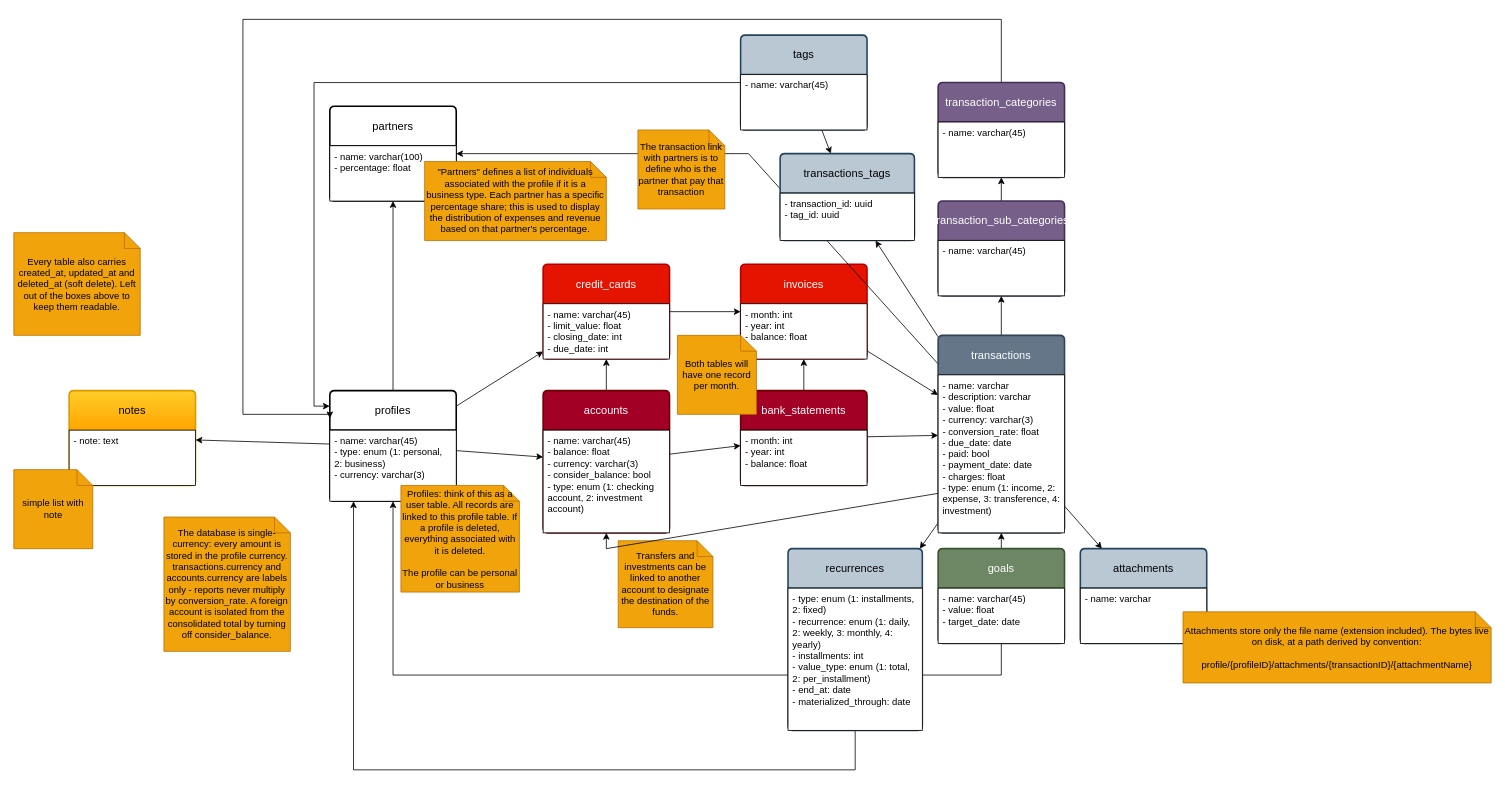
Above: docs/drawio/project.drawio in olliveiragusttavo/finance (draw.io), before the change. Source tidied: cells renumbered, new cells numbered last; positions are measured from the earlier drawing's top-left corner, leaving out a move shared by most shapes. Both pictures are drawn from the tidied source at 79%, with x=0, y=0 at pixel (13, 19).
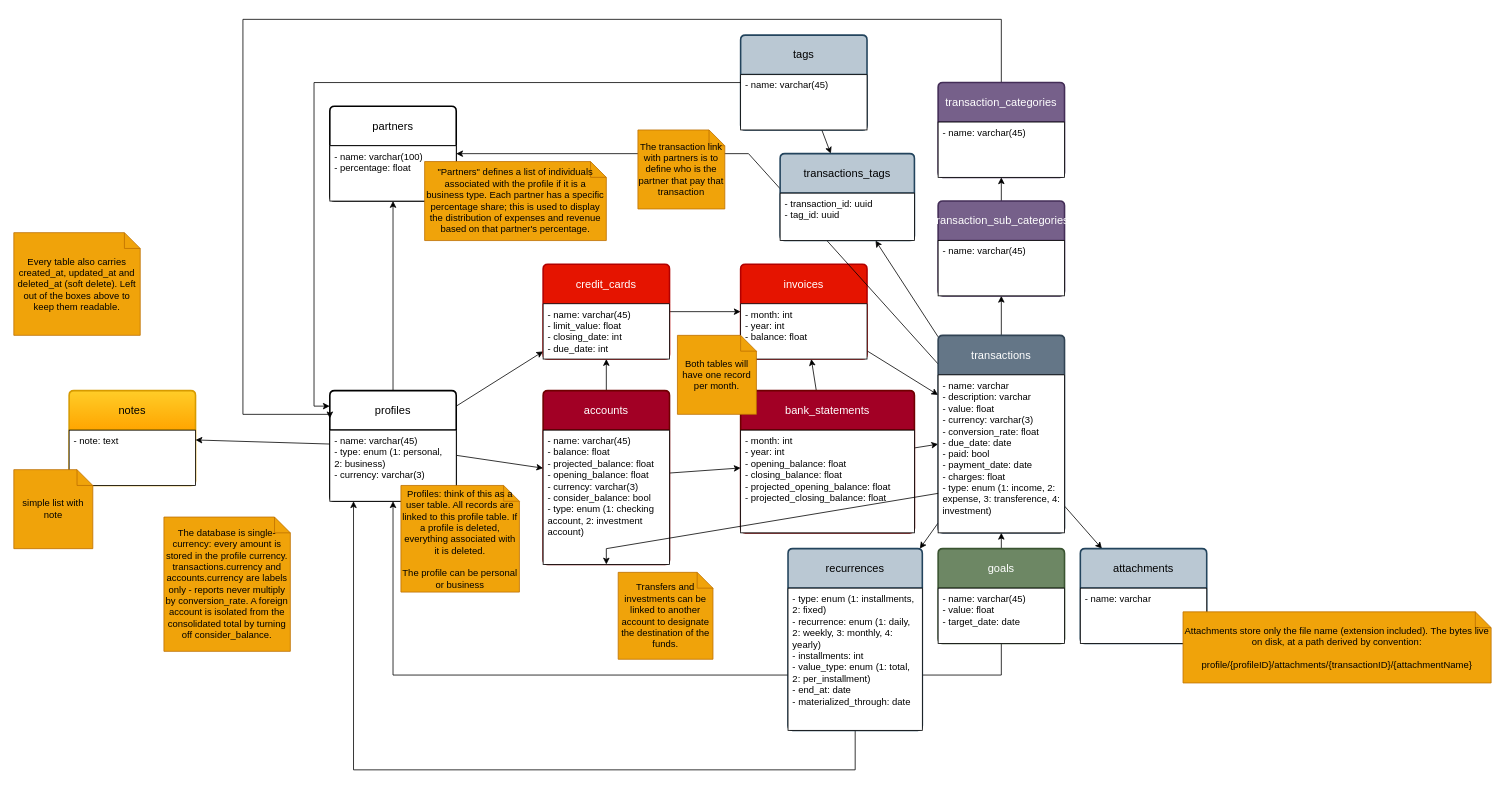
The same diagram, later.

What changed in the source:
```diff
@@
     <mxCell id="9" value="accounts" style="swimlane;horizontal=1;startSize=50;rounded=1;fontSize=14;fontStyle=0;strokeWidth=2;shadow=0;dashed=0;align=center;arcSize=4;whiteSpace=wrap;html=1;fillColor=#a20025;fontColor=#ffffff;strokeColor=#6F0000;" parent="1" vertex="1">
-      <mxGeometry x="670" y="470" width="160" height="180" as="geometry" />
+      <mxGeometry x="670" y="470" width="160" height="220" as="geometry" />
     </mxCell>
-    <mxCell id="10" value="- name: varchar(45)&lt;div&gt;- balance: float&lt;/div&gt;&lt;div&gt;- currency: varchar(3)&lt;/div&gt;&lt;div&gt;- consider_balance: bool&lt;/div&gt;&lt;div&gt;- type: enum (1: checking account, 2: investment account)&lt;/div&gt;" style="align=left;spacingLeft=4;spacingRight=4;fontSize=12;verticalAlign=top;html=1;whiteSpace=wrap;" parent="9" vertex="1">
-      <mxGeometry y="50" width="160" height="130" as="geometry" />
+    <mxCell id="10" value="- name: varchar(45)&lt;div&gt;- balance: float&lt;/div&gt;&lt;div&gt;- projected_balance: float&lt;/div&gt;&lt;div&gt;- opening_balance: float&lt;/div&gt;&lt;div&gt;- currency: varchar(3)&lt;/div&gt;&lt;div&gt;- consider_balance: bool&lt;/div&gt;&lt;div&gt;- type: enum (1: checking account, 2: investment account)&lt;/div&gt;" style="align=left;spacingLeft=4;spacingRight=4;fontSize=12;verticalAlign=top;html=1;whiteSpace=wrap;" parent="9" vertex="1">
+      <mxGeometry y="50" width="160" height="170" as="geometry" />
     </mxCell>
@@
     <mxCell id="16" value="bank_statements" style="swimlane;horizontal=1;startSize=50;rounded=1;fontSize=14;fontStyle=0;strokeWidth=2;shadow=0;dashed=0;align=center;arcSize=4;whiteSpace=wrap;html=1;fillColor=#a20025;fontColor=#ffffff;strokeColor=#6F0000;" parent="1" vertex="1">
-      <mxGeometry x="920" y="470" width="160" height="120" as="geometry" />
+      <mxGeometry x="920" y="470" width="220" height="180" as="geometry" />
     </mxCell>
-    <mxCell id="17" value="- month: int&lt;div&gt;- year: int&lt;/div&gt;&lt;div&gt;- balance: float&lt;/div&gt;" style="align=left;spacingLeft=4;spacingRight=4;fontSize=12;verticalAlign=top;html=1;whiteSpace=wrap;" parent="16" vertex="1">
-      <mxGeometry y="50" width="160" height="70" as="geometry" />
+    <mxCell id="17" value="- month: int&lt;div&gt;- year: int&lt;/div&gt;&lt;div&gt;- opening_balance: float&lt;/div&gt;&lt;div&gt;- closing_balance: float&lt;/div&gt;&lt;div&gt;- projected_opening_balance: float&lt;/div&gt;&lt;div&gt;- projected_closing_balance: float&lt;/div&gt;" style="align=left;spacingLeft=4;spacingRight=4;fontSize=12;verticalAlign=top;html=1;whiteSpace=wrap;" parent="16" vertex="1">
+      <mxGeometry y="50" width="220" height="130" as="geometry" />
     </mxCell>
@@
     <mxCell id="55" value="Transfers and investments can be linked to another account to designate the destination of the funds." style="shape=note;size=20;whiteSpace=wrap;html=1;fillColor=#f0a30a;strokeColor=#BD7000;fontColor=#000000;" parent="1" vertex="1">
-      <mxGeometry x="765" y="660" width="120" height="110" as="geometry" />
+      <mxGeometry x="765" y="700" width="120" height="110" as="geometry" />
     </mxCell>
```
